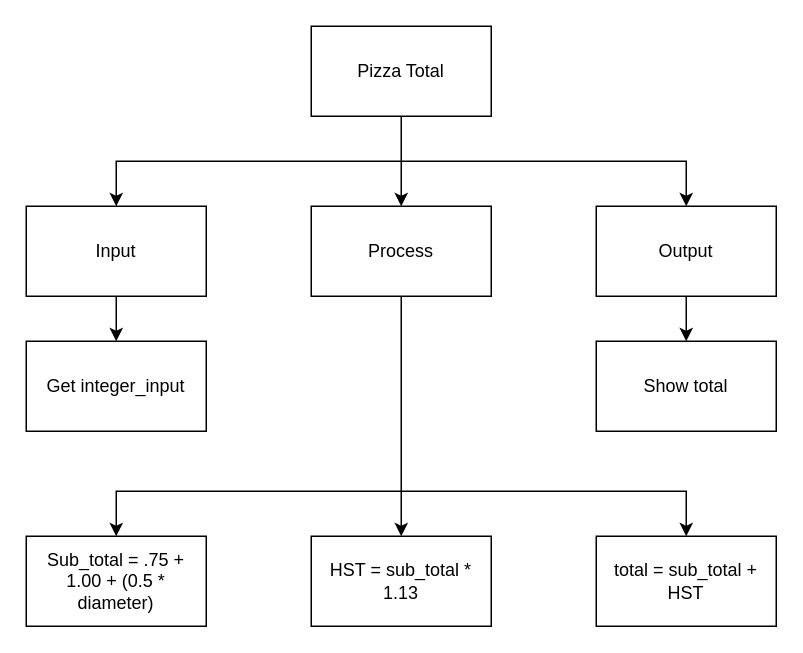
The draw.io diagram Draw.io/topdown.drawio in Peter-Gemmell/ICS3U-Unit4-01-Python, before the edit. Source tidied: cells renumbered, new cells numbered last; positions are measured from the earlier drawing's top-left corner, leaving out a move shared by most shapes. Both pictures are drawn from the tidied source at 150%, with x=0, y=0 at pixel (26, 26).
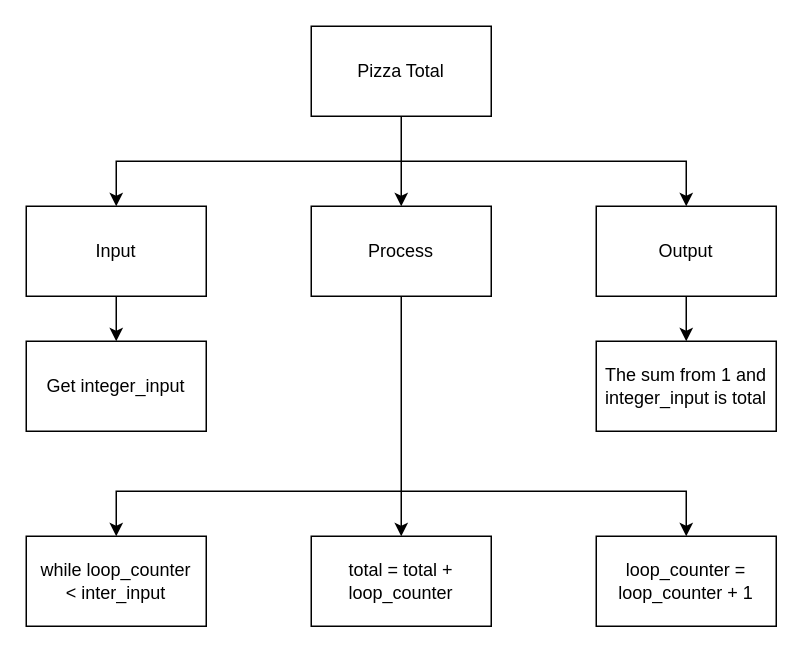
After the change.

Diff of the diagram source:
```diff
@@
-    <mxCell id="15" value="Show total" style="rounded=0;whiteSpace=wrap;html=1;" parent="1" vertex="1">
+    <mxCell id="15" value="&lt;span&gt;The sum from 1 and integer_input is total&lt;/span&gt;" style="rounded=0;whiteSpace=wrap;html=1;" parent="1" vertex="1">
       <mxGeometry x="380" y="210" width="120" height="60" as="geometry" />
     </mxCell>
-    <mxCell id="16" value="HST = sub_total * 1.13" style="rounded=0;whiteSpace=wrap;html=1;" parent="1" vertex="1">
+    <mxCell id="16" value="&lt;span&gt;total = total + loop_counter&lt;/span&gt;" style="rounded=0;whiteSpace=wrap;html=1;" parent="1" vertex="1">
       <mxGeometry x="190" y="340" width="120" height="60" as="geometry" />
     </mxCell>
-    <mxCell id="17" value="Sub_total = .75 + 1.00 + (0.5 * diameter)" style="rounded=0;whiteSpace=wrap;html=1;" parent="1" vertex="1">
+    <mxCell id="17" value="&lt;span&gt;while loop_counter&lt;/span&gt;&lt;br&gt;&lt;span&gt;&amp;lt; inter_input&lt;/span&gt;" style="rounded=0;whiteSpace=wrap;html=1;" parent="1" vertex="1">
       <mxGeometry y="340" width="120" height="60" as="geometry" />
     </mxCell>
-    <mxCell id="18" value="total = sub_total + HST" style="rounded=0;whiteSpace=wrap;html=1;" parent="1" vertex="1">
+    <mxCell id="18" value="&lt;span style=&quot;font-family: &amp;#34;helvetica&amp;#34;&quot;&gt;loop_counter = loop_counter + 1&lt;/span&gt;" style="rounded=0;whiteSpace=wrap;html=1;" parent="1" vertex="1">
       <mxGeometry x="380" y="340" width="120" height="60" as="geometry" />
     </mxCell>
```
